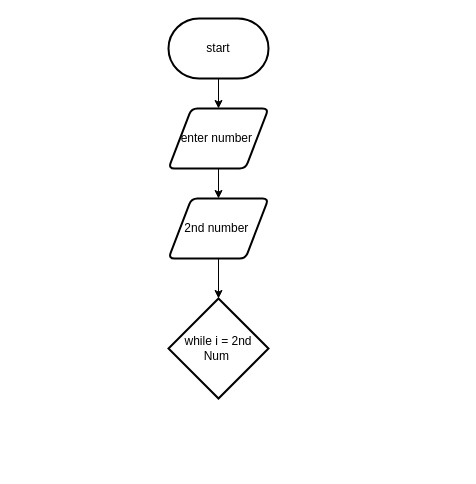
The draw.io diagram design/flowchart.drawio in sophie-nguyen-0/ICS2O-unit5-06-loops, before the edit. Source tidied: cells renumbered, new cells numbered last; positions are measured from the earlier drawing's top-left corner, leaving out a move shared by most shapes. Both pictures are drawn from the tidied source at 100%, with x=0, y=0 at pixel (168, 18).
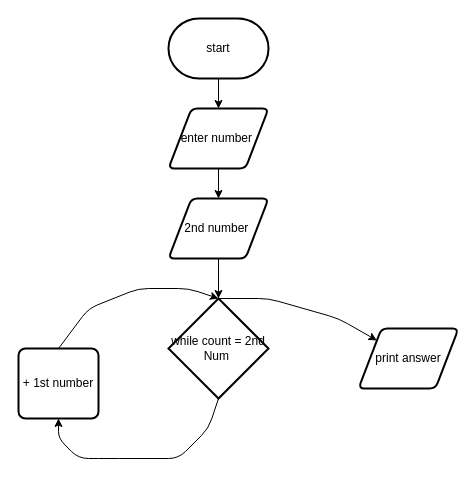
The same diagram, later.

Diff of the diagram source:
```diff
@@
+    <mxCell id="9" style="edgeStyle=none;html=1;exitX=0.5;exitY=1;exitDx=0;exitDy=0;exitPerimeter=0;" parent="1" edge="1" source="8" target="12">
+      <mxGeometry relative="1" as="geometry">
+        <Array as="points">
+          <mxPoint x="40" y="410" />
+          <mxPoint x="10" y="440" />
+          <mxPoint x="-60" y="440" />
+          <mxPoint x="-90" y="440" />
+          <mxPoint x="-110" y="420" />
+        </Array>
+      </mxGeometry>
+    </mxCell>
+    <mxCell id="10" style="edgeStyle=none;html=1;" parent="1" edge="1" target="13">
+      <mxGeometry relative="1" as="geometry">
+        <mxPoint x="50" y="280" as="sourcePoint" />
+        <Array as="points">
+          <mxPoint x="100" y="280" />
+          <mxPoint x="170" y="300" />
+        </Array>
+      </mxGeometry>
+    </mxCell>
-    <mxCell id="8" value="while i = 2nd Num&amp;nbsp;" style="strokeWidth=2;html=1;shape=mxgraph.flowchart.decision;whiteSpace=wrap;" parent="1" vertex="1">
+    <mxCell id="8" value="while count = 2nd Num&amp;nbsp;" style="strokeWidth=2;html=1;shape=mxgraph.flowchart.decision;whiteSpace=wrap;" parent="1" vertex="1">
       <mxGeometry y="280" width="100" height="100" as="geometry" />
     </mxCell>
+    <mxCell id="11" style="edgeStyle=none;html=1;entryX=0.5;entryY=0;entryDx=0;entryDy=0;entryPerimeter=0;exitX=0.5;exitY=0;exitDx=0;exitDy=0;" parent="1" edge="1" source="12" target="8">
+      <mxGeometry relative="1" as="geometry">
+        <Array as="points">
+          <mxPoint x="-80" y="290" />
+          <mxPoint x="-30" y="270" />
+          <mxPoint x="20" y="270" />
+        </Array>
+      </mxGeometry>
+    </mxCell>
+    <mxCell id="12" value="+ 1st number" style="rounded=1;whiteSpace=wrap;html=1;absoluteArcSize=1;arcSize=14;strokeWidth=2;" parent="1" vertex="1">
+      <mxGeometry x="-150" y="330" width="80" height="70" as="geometry" />
+    </mxCell>
+    <mxCell id="13" value="print answer" style="shape=parallelogram;html=1;strokeWidth=2;perimeter=parallelogramPerimeter;whiteSpace=wrap;rounded=1;arcSize=12;size=0.23;" parent="1" vertex="1">
+      <mxGeometry x="190" y="310" width="100" height="60" as="geometry" />
+    </mxCell>
```
